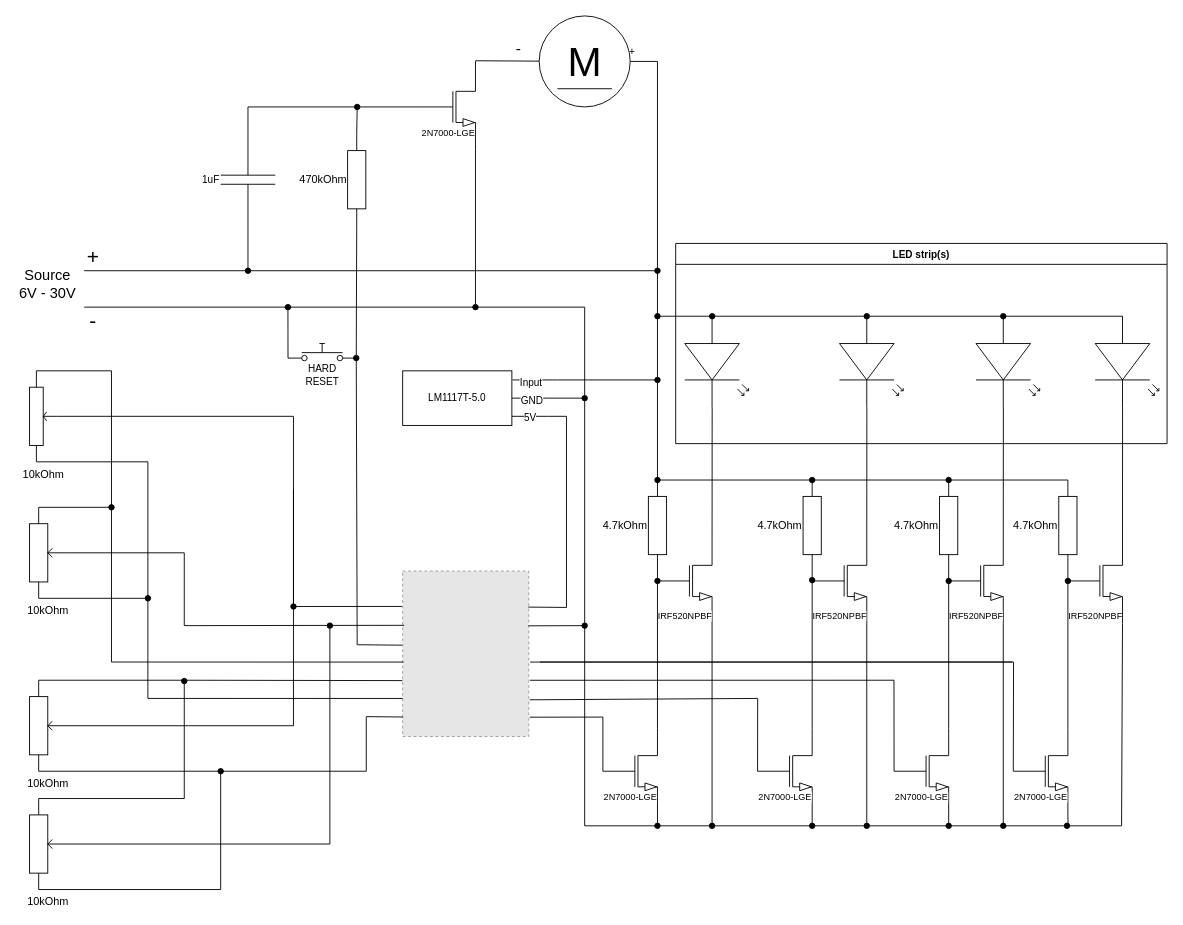
Above: doc/example_application.drawio in pawel2000pl/LedDriverIoT (draw.io), before the change. Source tidied: cells renumbered, new cells numbered last; positions are measured from the earlier drawing's top-left corner, leaving out a move shared by most shapes. Both pictures are drawn from the tidied source at 91%, with x=0, y=0 at pixel (15, 15). Pictures stored in the file or linked from it are replaced by grey dashed boxes.
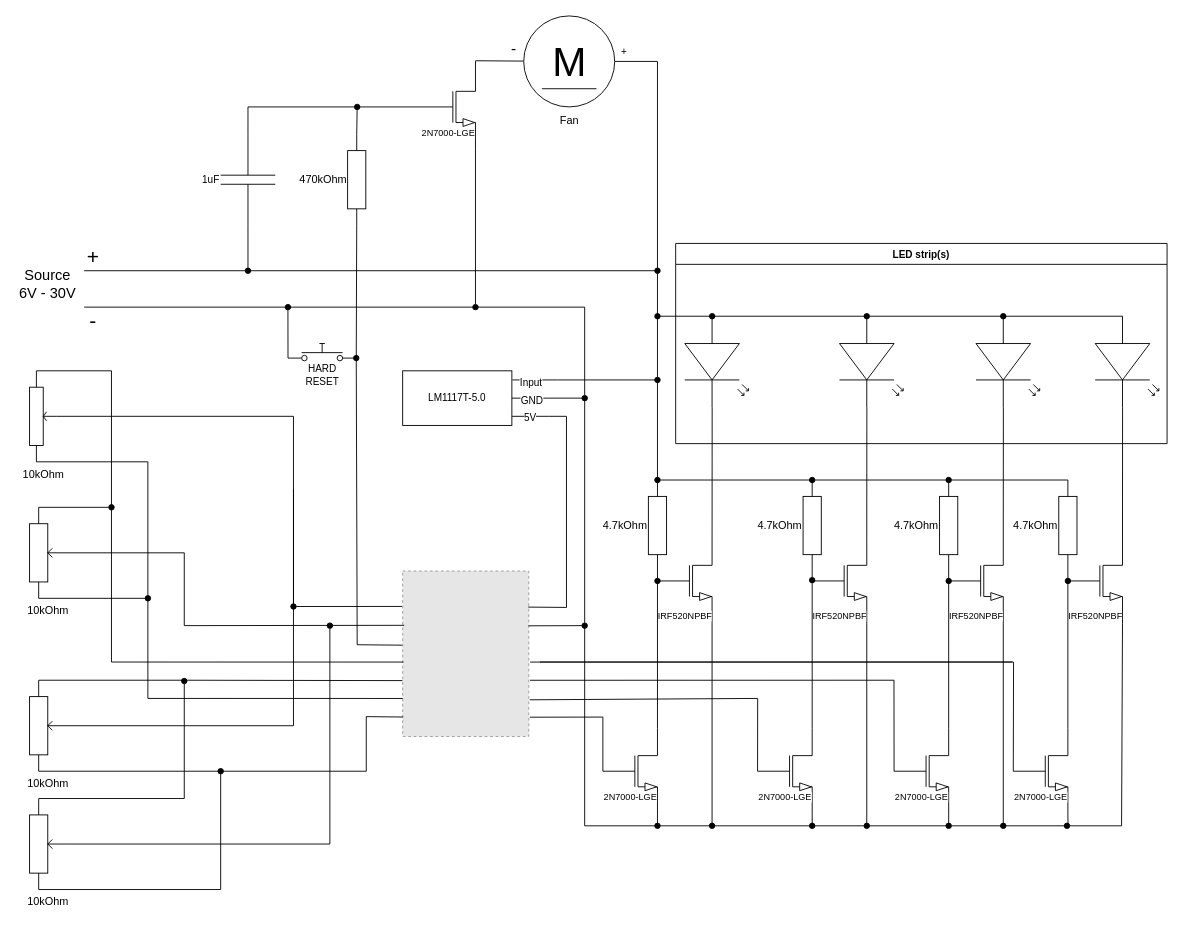
Above is the later version.

The edit, as a diff of the source:
```diff
@@
     <mxCell id="116" value="M" style="dashed=0;outlineConnect=0;align=center;html=1;shape=mxgraph.pid.engines.electric_motor_(dc);fontSize=45;fontFamily=Helvetica;fontColor=default;labelBackgroundColor=default;" parent="1" vertex="1">
-      <mxGeometry x="575" width="100" height="100" as="geometry" />
+      <mxGeometry x="558" width="100" height="100" as="geometry" />
     </mxCell>
@@
+    <mxCell id="125" value="Fan" style="text;html=1;align=center;verticalAlign=middle;strokeColor=none;fillColor=none;" parent="1" vertex="1">
+      <mxGeometry x="588" y="100" width="40" height="30" as="geometry" />
+    </mxCell>
```
